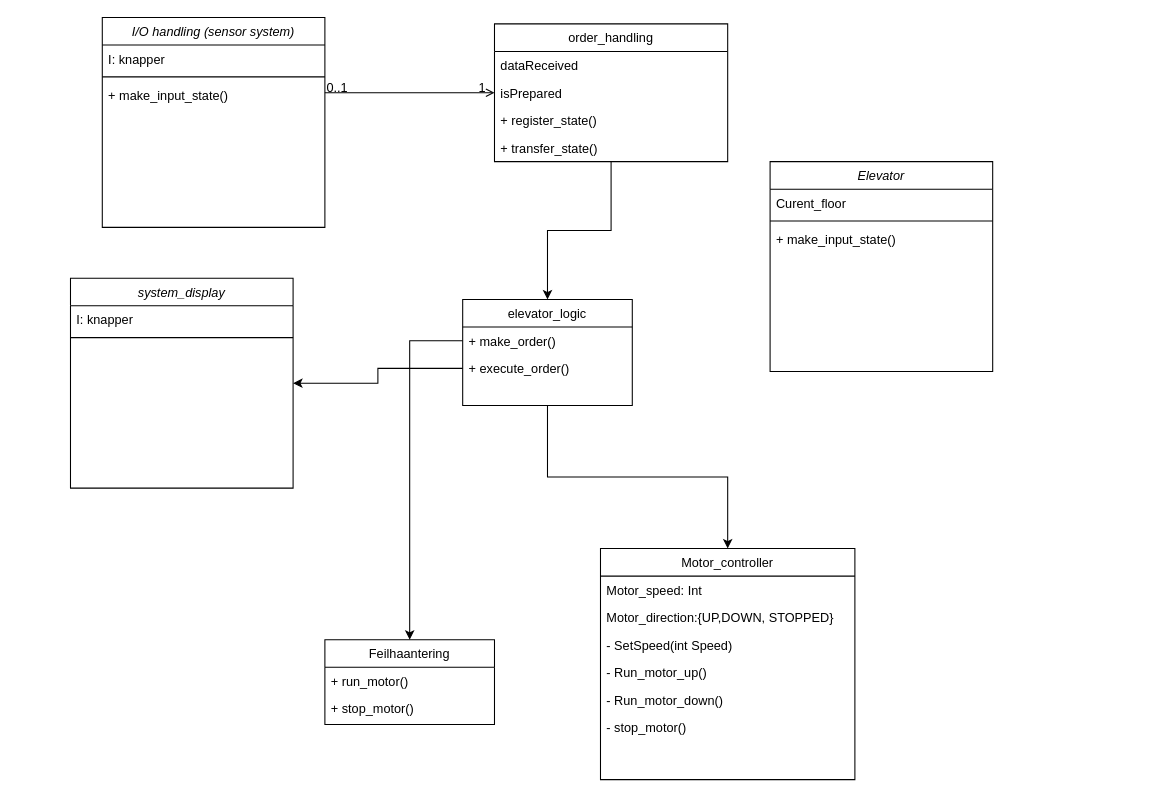
MathiasSagerup/TilpDat keeps this draw.io diagram as Untitled Diagram.drawio. Above is the earlier version. Source tidied: cells renumbered, new cells numbered last; positions are measured from the earlier drawing's top-left corner, leaving out a move shared by most shapes. Both pictures are drawn from the tidied source at 106%, with x=0, y=0 at pixel (70, 17).
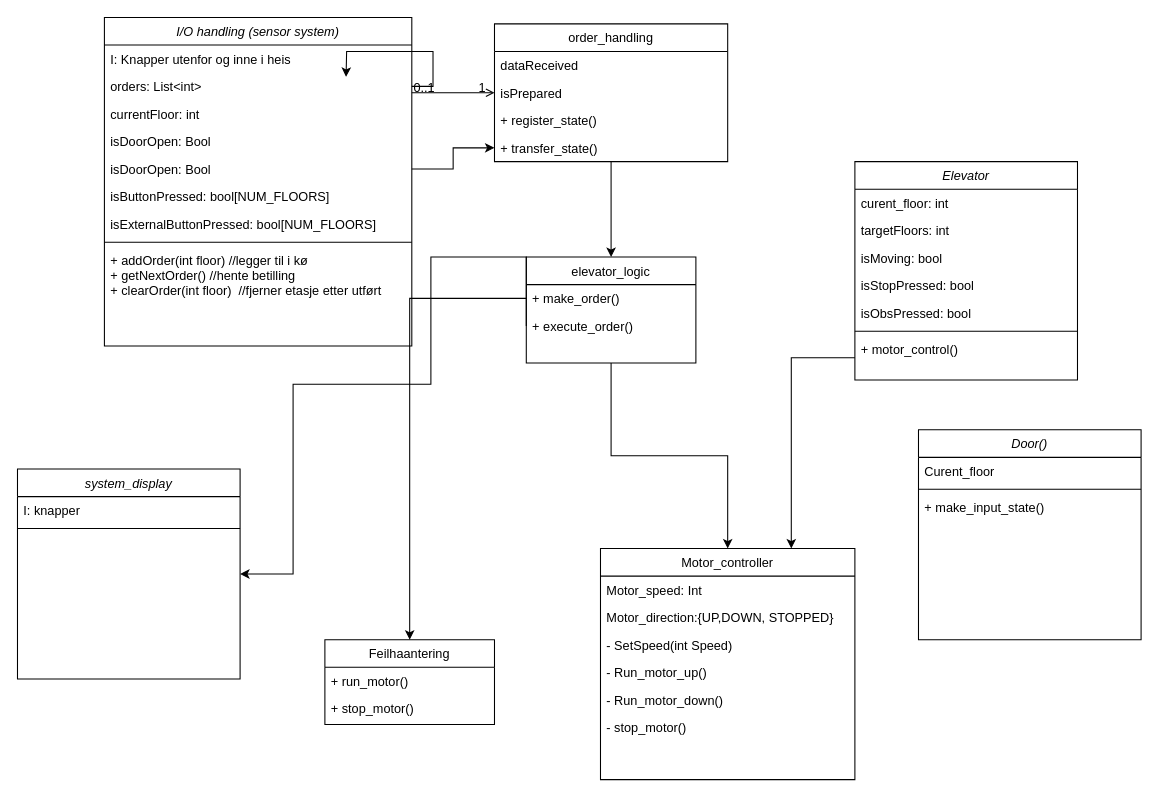
The same diagram, later.

The change refers to these unchanged cells:
```xml
<mxCell id="11" value="+ transfer_state()" style="text;align=left;verticalAlign=top;spacingLeft=4;spacingRight=4;overflow=hidden;points=[[0,0.5],[1,0.5]];portConstraint=eastwest;rounded=0;shadow=0;html=0;" parent="7" vertex="1">
  <mxGeometry y="104" width="220" height="26" as="geometry" />
</mxCell>
<mxCell id="18" value="+ execute_order()" style="text;align=left;verticalAlign=top;spacingLeft=4;spacingRight=4;overflow=hidden;points=[[0,0.5],[1,0.5]];portConstraint=eastwest;rounded=0;shadow=0;html=0;" parent="16" vertex="1">
  <mxGeometry y="52" width="160" height="26" as="geometry" />
</mxCell>
<mxCell id="19" value="Motor_controller" style="swimlane;fontStyle=0;align=center;verticalAlign=top;horizontal=1;startSize=26;rounded=0;shadow=0;strokeWidth=1;" parent="1" vertex="1">
  <mxGeometry x="500" y="501" width="240" height="218" as="geometry" />
</mxCell>
```

Diff of the diagram source:
```diff
@@
     <mxCell id="2" value="I/O handling (sensor system)" style="swimlane;fontStyle=2;align=center;verticalAlign=top;horizontal=1;startSize=26;rounded=0;shadow=0;strokeWidth=1;" parent="1" vertex="1">
-      <mxGeometry x="30" width="210" height="198" as="geometry" />
+      <mxGeometry x="32" width="290" height="310" as="geometry" />
     </mxCell>
-    <mxCell id="3" value="I: knapper&#10;" style="text;align=left;verticalAlign=top;spacingLeft=4;spacingRight=4;overflow=hidden;" parent="2" vertex="1">
-      <mxGeometry y="26" width="210" height="26" as="geometry" />
+    <mxCell id="3" value="I: Knapper utenfor og inne i heis " style="text;align=left;verticalAlign=top;spacingLeft=4;spacingRight=4;overflow=hidden;" parent="2" vertex="1">
+      <mxGeometry y="26" width="290" height="26" as="geometry" />
     </mxCell>
+    <mxCell id="38" style="edgeStyle=orthogonalEdgeStyle;rounded=0;jettySize=auto;html=1;exitX=1;exitY=0.5;exitDx=0;exitDy=0;" parent="2" edge="1" source="39">
+      <mxGeometry relative="1" as="geometry">
+        <mxPoint x="228" y="56" as="targetPoint" />
+      </mxGeometry>
+    </mxCell>
+    <mxCell id="39" value="orders: List&lt;int&gt;" style="text;align=left;verticalAlign=top;spacingLeft=4;spacingRight=4;overflow=hidden;points=[[0,0.5],[1,0.5]];portConstraint=eastwest;" parent="2" vertex="1">
+      <mxGeometry y="52" width="290" height="26" as="geometry" />
+    </mxCell>
+    <mxCell id="40" value="currentFloor: int" style="text;align=left;verticalAlign=top;spacingLeft=4;spacingRight=4;overflow=hidden;" parent="2" vertex="1">
+      <mxGeometry y="78" width="290" height="26" as="geometry" />
+    </mxCell>
+    <mxCell id="41" value="isDoorOpen: Bool" style="text;align=left;verticalAlign=top;spacingLeft=4;spacingRight=4;overflow=hidden;" parent="2" vertex="1">
+      <mxGeometry y="104" width="290" height="26" as="geometry" />
+    </mxCell>
+    <mxCell id="42" value="isDoorOpen: Bool" style="text;align=left;verticalAlign=top;spacingLeft=4;spacingRight=4;overflow=hidden;points=[[0,0.5],[1,0.5]];portConstraint=eastwest;" parent="2" vertex="1">
+      <mxGeometry y="130" width="290" height="26" as="geometry" />
+    </mxCell>
+    <mxCell id="43" value="isButtonPressed: bool[NUM_FLOORS]" style="text;align=left;verticalAlign=top;spacingLeft=4;spacingRight=4;overflow=hidden;" parent="2" vertex="1">
+      <mxGeometry y="156" width="290" height="26" as="geometry" />
+    </mxCell>
+    <mxCell id="44" value="isExternalButtonPressed: bool[NUM_FLOORS]" style="text;align=left;verticalAlign=top;spacingLeft=4;spacingRight=4;overflow=hidden;" parent="2" vertex="1">
+      <mxGeometry y="182" width="290" height="26" as="geometry" />
+    </mxCell>
     <mxCell id="4" style="line;html=1;strokeWidth=1;align=left;verticalAlign=middle;spacingTop=-1;spacingLeft=3;spacingRight=3;labelPosition=right;" parent="2" vertex="1">
-      <mxGeometry y="52" width="210" height="8" as="geometry" />
+      <mxGeometry y="208" width="290" height="8" as="geometry" />
     </mxCell>
-    <mxCell id="5" value="+ make_input_state()" style="text;align=left;verticalAlign=top;spacingLeft=4;spacingRight=4;overflow=hidden;rounded=0;shadow=0;html=0;" parent="2" vertex="1">
-      <mxGeometry y="60" width="210" height="42" as="geometry" />
+    <mxCell id="5" value="+ addOrder(int floor) //legger til i kø&#10;+ getNextOrder() //hente betilling&#10;+ clearOrder(int floor)  //fjerner etasje etter utført" style="text;align=left;verticalAlign=top;spacingLeft=4;spacingRight=4;overflow=hidden;rounded=0;shadow=0;html=0;" parent="2" vertex="1">
+      <mxGeometry y="216" width="290" height="94" as="geometry" />
     </mxCell>
@@
     <mxCell id="16" value="elevator_logic" style="swimlane;fontStyle=0;align=center;verticalAlign=top;horizontal=1;startSize=26;rounded=0;shadow=0;strokeWidth=1;" parent="1" vertex="1">
-      <mxGeometry x="370" y="266" width="160" height="100" as="geometry" />
+      <mxGeometry x="430" y="226" width="160" height="100" as="geometry" />
     </mxCell>
@@
     <mxCell id="30" value="system_display" style="swimlane;fontStyle=2;align=center;verticalAlign=top;horizontal=1;startSize=26;rounded=0;shadow=0;strokeWidth=1;" parent="1" vertex="1">
-      <mxGeometry y="246" width="210" height="198" as="geometry" />
+      <mxGeometry x="-50" y="426" width="210" height="198" as="geometry" />
     </mxCell>
@@
     <mxCell id="33" style="edgeStyle=orthogonalEdgeStyle;rounded=0;jettySize=auto;html=1;exitX=0;exitY=0.5;exitDx=0;exitDy=0;entryX=1;entryY=0.5;entryDx=0;entryDy=0;" parent="1" edge="1" source="18" target="30">
-      <mxGeometry relative="1" as="geometry" />
+      <mxGeometry relative="1" as="geometry">
+        <Array as="points">
+          <mxPoint x="430" y="226" />
+          <mxPoint x="340" y="226" />
+          <mxPoint x="340" y="346" />
+          <mxPoint x="210" y="346" />
+        </Array>
+      </mxGeometry>
     </mxCell>
     <mxCell id="34" value="Elevator" style="swimlane;fontStyle=2;align=center;verticalAlign=top;horizontal=1;startSize=26;rounded=0;shadow=0;strokeWidth=1;" parent="1" vertex="1">
-      <mxGeometry x="660" y="136" width="210" height="198" as="geometry" />
+      <mxGeometry x="740" y="136" width="210" height="206" as="geometry" />
     </mxCell>
-    <mxCell id="35" value="Curent_floor " style="text;align=left;verticalAlign=top;spacingLeft=4;spacingRight=4;overflow=hidden;" parent="34" vertex="1">
+    <mxCell id="35" value="curent_floor: int" style="text;align=left;verticalAlign=top;spacingLeft=4;spacingRight=4;overflow=hidden;" parent="34" vertex="1">
       <mxGeometry y="26" width="210" height="26" as="geometry" />
     </mxCell>
+    <mxCell id="45" value="targetFloors: int" style="text;align=left;verticalAlign=top;spacingLeft=4;spacingRight=4;overflow=hidden;" parent="34" vertex="1">
+      <mxGeometry y="52" width="210" height="26" as="geometry" />
+    </mxCell>
+    <mxCell id="46" value="isMoving: bool" style="text;align=left;verticalAlign=top;spacingLeft=4;spacingRight=4;overflow=hidden;" parent="34" vertex="1">
+      <mxGeometry y="78" width="210" height="26" as="geometry" />
+    </mxCell>
+    <mxCell id="47" value="isStopPressed: bool" style="text;align=left;verticalAlign=top;spacingLeft=4;spacingRight=4;overflow=hidden;" parent="34" vertex="1">
+      <mxGeometry y="104" width="210" height="26" as="geometry" />
+    </mxCell>
+    <mxCell id="48" value="isObsPressed: bool" style="text;align=left;verticalAlign=top;spacingLeft=4;spacingRight=4;overflow=hidden;" parent="34" vertex="1">
+      <mxGeometry y="130" width="210" height="26" as="geometry" />
+    </mxCell>
     <mxCell id="36" style="line;html=1;strokeWidth=1;align=left;verticalAlign=middle;spacingTop=-1;spacingLeft=3;spacingRight=3;labelPosition=right;" parent="34" vertex="1">
-      <mxGeometry y="52" width="210" height="8" as="geometry" />
+      <mxGeometry y="156" width="210" height="8" as="geometry" />
     </mxCell>
-    <mxCell id="37" value="+ make_input_state()" style="text;align=left;verticalAlign=top;spacingLeft=4;spacingRight=4;overflow=hidden;points=[[0,0.5],[1,0.5]];portConstraint=eastwest;rounded=0;shadow=0;html=0;" parent="34" vertex="1">
-      <mxGeometry y="60" width="210" height="42" as="geometry" />
+    <mxCell id="37" value="+ motor_control()" style="text;align=left;verticalAlign=top;spacingLeft=4;spacingRight=4;overflow=hidden;points=[[0,0.5],[1,0.5]];portConstraint=eastwest;rounded=0;shadow=0;html=0;" parent="34" vertex="1">
+      <mxGeometry y="164" width="210" height="42" as="geometry" />
     </mxCell>
+    <mxCell id="49" value="Door()" style="swimlane;fontStyle=2;align=center;verticalAlign=top;horizontal=1;startSize=26;rounded=0;shadow=0;strokeWidth=1;" parent="1" vertex="1">
+      <mxGeometry x="800" y="389" width="210" height="198" as="geometry" />
+    </mxCell>
+    <mxCell id="50" value="Curent_floor " style="text;align=left;verticalAlign=top;spacingLeft=4;spacingRight=4;overflow=hidden;" parent="49" vertex="1">
+      <mxGeometry y="26" width="210" height="26" as="geometry" />
+    </mxCell>
+    <mxCell id="51" style="line;html=1;strokeWidth=1;align=left;verticalAlign=middle;spacingTop=-1;spacingLeft=3;spacingRight=3;labelPosition=right;" parent="49" vertex="1">
+      <mxGeometry y="52" width="210" height="8" as="geometry" />
+    </mxCell>
+    <mxCell id="52" value="+ make_input_state()" style="text;align=left;verticalAlign=top;spacingLeft=4;spacingRight=4;overflow=hidden;rounded=0;shadow=0;html=0;" parent="49" vertex="1">
+      <mxGeometry y="60" width="210" height="42" as="geometry" />
+    </mxCell>
+    <mxCell id="53" style="edgeStyle=orthogonalEdgeStyle;rounded=0;jettySize=auto;html=1;exitX=0;exitY=0.5;exitDx=0;exitDy=0;entryX=0.75;entryY=0;entryDx=0;entryDy=0;" parent="1" edge="1" source="37" target="19">
+      <mxGeometry relative="1" as="geometry" />
+    </mxCell>
+    <mxCell id="54" style="edgeStyle=orthogonalEdgeStyle;rounded=0;jettySize=auto;html=1;" parent="1" edge="1" source="42" target="11">
+      <mxGeometry relative="1" as="geometry" />
+    </mxCell>
```
